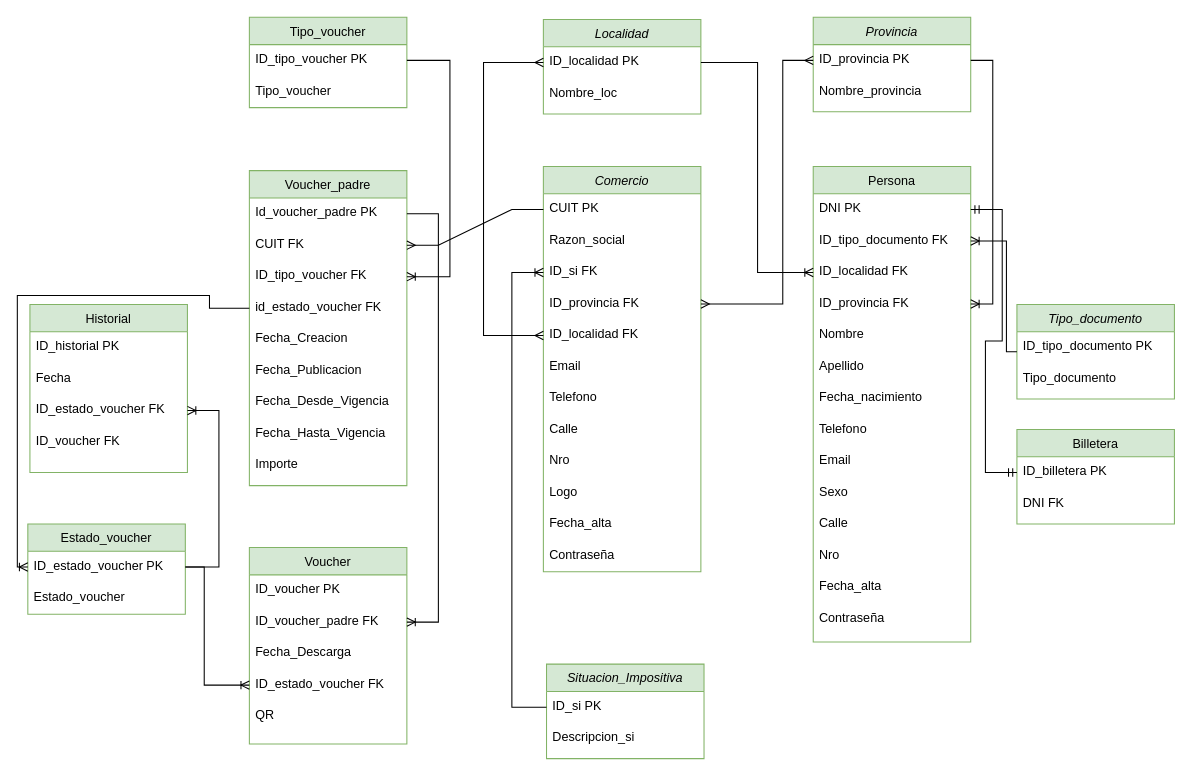
The draw.io diagram page "Page-1" (1 of 2) of BD/DER prueba191022.drawio in GastonRibero/RepositorioProyectoFullstack, before the edit. Source tidied: cells renumbered, new cells numbered last; positions are measured from the earlier drawing's top-left corner, leaving out a move shared by most shapes. Both pictures are drawn from the tidied source at 105%, with x=0, y=0 at pixel (17, 17).
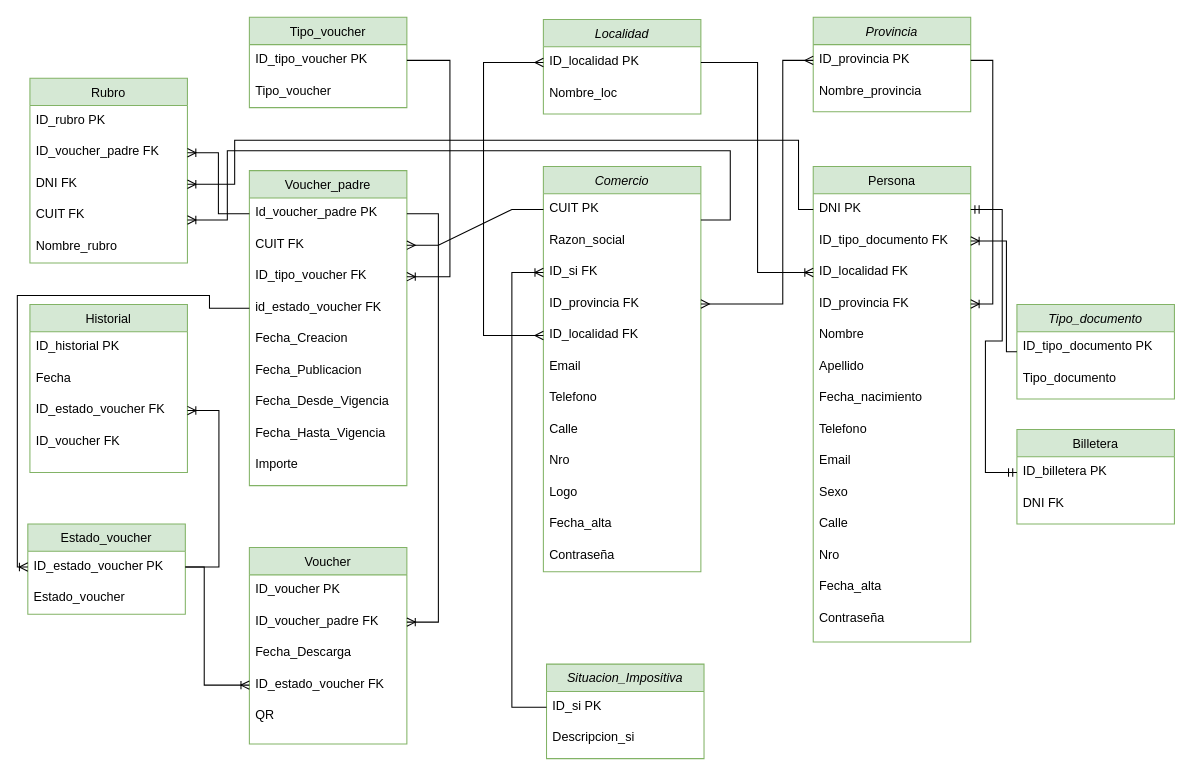
The same page after the edit.

Commit message (it also covers changes not shown here):
añadiendo tabla rubro

Unchanged cells that the change refers to:
```xml
<mxCell id="3" value="CUIT PK" style="text;align=left;verticalAlign=top;spacingLeft=4;spacingRight=4;overflow=hidden;points=[[0,0.5],[1,0.5]];portConstraint=eastwest;" parent="2" vertex="1">
  <mxGeometry y="26" width="150" height="30" as="geometry" />
</mxCell>
<mxCell id="16" value="DNI PK" style="text;align=left;verticalAlign=top;spacingLeft=4;spacingRight=4;overflow=hidden;points=[[0,0.5],[1,0.5]];portConstraint=eastwest;" parent="15" vertex="1">
  <mxGeometry y="26" width="150" height="30" as="geometry" />
</mxCell>
<mxCell id="58" value="Id_voucher_padre PK" style="text;align=left;verticalAlign=top;spacingLeft=4;spacingRight=4;overflow=hidden;points=[[0,0.5],[1,0.5]];portConstraint=eastwest;rounded=0;shadow=0;html=0;" parent="57" vertex="1">
  <mxGeometry y="26" width="150" height="30" as="geometry" />
</mxCell>
```

Diff of the diagram source:
```diff
@@
+    <mxCell id="85" value="Rubro" style="swimlane;fontStyle=0;align=center;verticalAlign=top;horizontal=1;startSize=26;rounded=0;shadow=0;strokeWidth=1;fillColor=#d5e8d4;strokeColor=#82b366;" parent="1" vertex="1">
+      <mxGeometry x="12" y="58" width="150" height="176" as="geometry" />
+    </mxCell>
+    <mxCell id="86" value="ID_rubro PK" style="text;align=left;verticalAlign=top;spacingLeft=4;spacingRight=4;overflow=hidden;" parent="85" vertex="1">
+      <mxGeometry y="26" width="150" height="30" as="geometry" />
+    </mxCell>
+    <mxCell id="87" value="ID_voucher_padre FK" style="text;align=left;verticalAlign=top;spacingLeft=4;spacingRight=4;overflow=hidden;points=[[0,0.5],[1,0.5]];portConstraint=eastwest;rounded=0;shadow=0;html=0;" parent="85" vertex="1">
+      <mxGeometry y="56" width="150" height="30" as="geometry" />
+    </mxCell>
+    <mxCell id="88" value="DNI FK" style="text;align=left;verticalAlign=top;spacingLeft=4;spacingRight=4;overflow=hidden;points=[[0,0.5],[1,0.5]];portConstraint=eastwest;rounded=0;shadow=0;html=0;" parent="85" vertex="1">
+      <mxGeometry y="86" width="150" height="30" as="geometry" />
+    </mxCell>
+    <mxCell id="89" value="CUIT FK" style="text;align=left;verticalAlign=top;spacingLeft=4;spacingRight=4;overflow=hidden;points=[[0,0.5],[1,0.5]];portConstraint=eastwest;rounded=0;shadow=0;html=0;" parent="85" vertex="1">
+      <mxGeometry y="116" width="150" height="30" as="geometry" />
+    </mxCell>
+    <mxCell id="90" value="Nombre_rubro" style="text;align=left;verticalAlign=top;spacingLeft=4;spacingRight=4;overflow=hidden;rounded=0;shadow=0;html=0;" parent="85" vertex="1">
+      <mxGeometry y="146" width="150" height="30" as="geometry" />
+    </mxCell>
+    <mxCell id="91" style="edgeStyle=orthogonalEdgeStyle;fontSize=12;html=1;endArrow=ERoneToMany;rounded=0;" parent="1" edge="1" source="58" target="87">
+      <mxGeometry relative="1" as="geometry" />
+    </mxCell>
+    <mxCell id="92" style="edgeStyle=orthogonalEdgeStyle;fontSize=12;html=1;endArrow=ERoneToMany;rounded=0;" parent="1" edge="1" source="16" target="88">
+      <mxGeometry relative="1" as="geometry">
+        <Array as="points">
+          <mxPoint x="744" y="183" />
+          <mxPoint x="744" y="117" />
+          <mxPoint x="207" y="117" />
+          <mxPoint x="207" y="159" />
+        </Array>
+      </mxGeometry>
+    </mxCell>
+    <mxCell id="93" style="edgeStyle=orthogonalEdgeStyle;fontSize=12;html=1;endArrow=ERoneToMany;rounded=0;" parent="1" edge="1" source="3" target="89">
+      <mxGeometry relative="1" as="geometry">
+        <Array as="points">
+          <mxPoint x="679" y="193" />
+          <mxPoint x="679" y="127" />
+          <mxPoint x="200" y="127" />
+          <mxPoint x="200" y="193" />
+        </Array>
+      </mxGeometry>
+    </mxCell>
```
